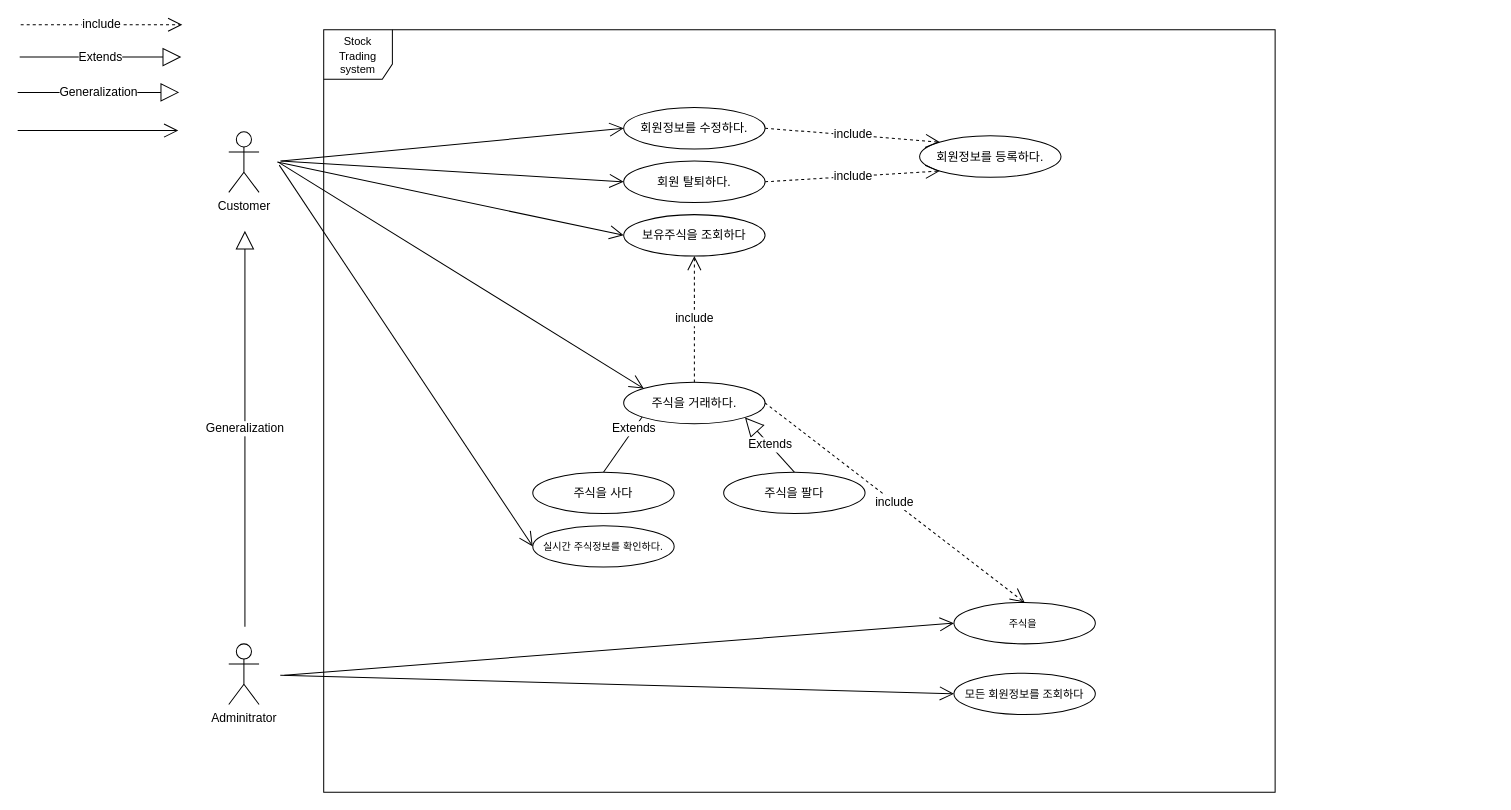
This is work03_JDBC/ABC.drawio from Heeju-Lee/KOSTA, a draw.io file, before an edit. Source tidied: cells renumbered, new cells numbered last; positions are measured from the earlier drawing's top-left corner, leaving out a move shared by most shapes. Both pictures are drawn from the tidied source at 101%, with x=0, y=0 at pixel (17, 24).
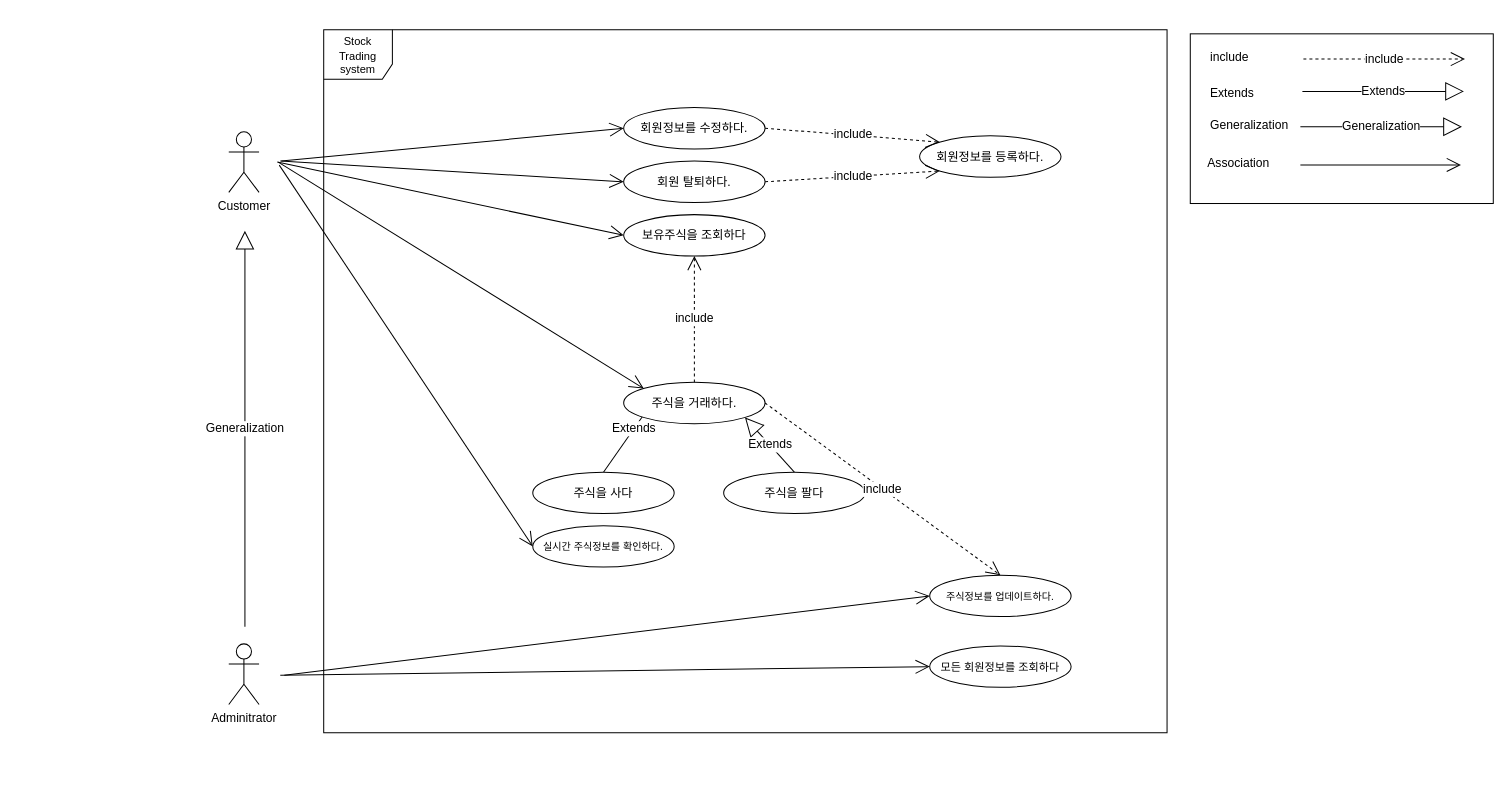
The same diagram, later.

Change to the diagram source:
```diff
@@
-    <mxCell id="2" value="include" style="endArrow=open;endSize=12;dashed=1;html=1;rounded=0;fontSize=12;curved=1;" parent="1" edge="1">
-      <mxGeometry relative="1" as="geometry">
-        <mxPoint x="3" as="sourcePoint" />
-        <mxPoint x="163" as="targetPoint" />
-      </mxGeometry>
-    </mxCell>
@@
-    <mxCell id="4" value="Generalization" style="endArrow=block;endSize=16;endFill=0;html=1;rounded=0;fontSize=12;curved=1;" parent="1" edge="1">
-      <mxGeometry relative="1" as="geometry">
-        <mxPoint y="67" as="sourcePoint" />
-        <mxPoint x="160" y="67" as="targetPoint" />
-      </mxGeometry>
-    </mxCell>
@@
     <mxCell id="6" value="&lt;font style=&quot;font-size: 11px;&quot;&gt;Stock&lt;/font&gt;&lt;div style=&quot;font-size: 11px;&quot;&gt;&lt;font style=&quot;font-size: 11px;&quot;&gt;Trading&lt;/font&gt;&lt;/div&gt;&lt;div style=&quot;font-size: 11px;&quot;&gt;&lt;font style=&quot;font-size: 11px;&quot;&gt;system&lt;/font&gt;&lt;/div&gt;" style="shape=umlFrame;whiteSpace=wrap;html=1;width=68;height=49;" parent="1" vertex="1">
-      <mxGeometry x="303" y="5" width="942" height="755" as="geometry" />
+      <mxGeometry x="303" y="5" width="835" height="696" as="geometry" />
     </mxCell>
@@
     <mxCell id="13" value="&lt;font style=&quot;font-size: 11px;&quot;&gt;모든 회원정보를 조회하다&lt;/font&gt;" style="ellipse;whiteSpace=wrap;html=1;" parent="1" vertex="1">
-      <mxGeometry x="927" y="642" width="140" height="41" as="geometry" />
+      <mxGeometry x="903" y="615" width="140" height="41" as="geometry" />
     </mxCell>
@@
-    <mxCell id="15" value="&lt;span style=&quot;font-size: 10px;&quot;&gt;주식을&amp;nbsp;&lt;/span&gt;" style="ellipse;whiteSpace=wrap;html=1;" parent="1" vertex="1">
-      <mxGeometry x="927" y="572" width="140" height="41" as="geometry" />
+    <mxCell id="15" value="&lt;span style=&quot;font-size: 10px;&quot;&gt;주식정보를 업데이트하다.&lt;/span&gt;" style="ellipse;whiteSpace=wrap;html=1;" parent="1" vertex="1">
+      <mxGeometry x="903" y="545" width="140" height="41" as="geometry" />
     </mxCell>
@@
-    <mxCell id="17" style="endArrow=open;endFill=1;endSize=12;html=1;rounded=0;fontSize=12;curved=1;" parent="1" edge="1">
-      <mxGeometry relative="1" as="geometry">
-        <mxPoint y="104.8" as="sourcePoint" />
-        <mxPoint x="159" y="104.8" as="targetPoint" />
-      </mxGeometry>
-    </mxCell>
@@
-    <mxCell id="20" value="Extends" style="endArrow=block;endSize=16;endFill=0;html=1;rounded=0;fontSize=12;curved=1;" parent="1" edge="1">
-      <mxGeometry relative="1" as="geometry">
-        <mxPoint x="2" y="32" as="sourcePoint" />
-        <mxPoint x="162" y="32" as="targetPoint" />
-      </mxGeometry>
-    </mxCell>
@@
+    <mxCell id="33" style="group;" parent="1" vertex="1">
+      <mxGeometry x="1161" y="9" width="300" height="168" as="geometry" />
+    </mxCell>
+    <mxCell id="2" value="include" style="endArrow=open;endSize=12;dashed=1;html=1;rounded=0;fontSize=12;curved=1;" parent="33" edge="1">
+      <mxGeometry relative="1" as="geometry">
+        <mxPoint x="112" y="25" as="sourcePoint" />
+        <mxPoint x="272" y="25" as="targetPoint" />
+      </mxGeometry>
+    </mxCell>
+    <mxCell id="4" value="Generalization" style="endArrow=block;endSize=16;endFill=0;html=1;rounded=0;fontSize=12;curved=1;" parent="33" edge="1">
+      <mxGeometry relative="1" as="geometry">
+        <mxPoint x="109" y="92" as="sourcePoint" />
+        <mxPoint x="269" y="92" as="targetPoint" />
+      </mxGeometry>
+    </mxCell>
+    <mxCell id="17" style="endArrow=open;endFill=1;endSize=12;html=1;rounded=0;fontSize=12;curved=1;" parent="33" edge="1">
+      <mxGeometry relative="1" as="geometry">
+        <mxPoint x="109" y="129.8" as="sourcePoint" />
+        <mxPoint x="268" y="129.8" as="targetPoint" />
+      </mxGeometry>
+    </mxCell>
+    <mxCell id="20" value="Extends" style="endArrow=block;endSize=16;endFill=0;html=1;rounded=0;fontSize=12;curved=1;" parent="33" edge="1">
+      <mxGeometry relative="1" as="geometry">
+        <mxPoint x="111" y="57" as="sourcePoint" />
+        <mxPoint x="271" y="57" as="targetPoint" />
+      </mxGeometry>
+    </mxCell>
+    <mxCell id="34" value="&lt;font style=&quot;font-size: 12px;&quot;&gt;Association&lt;/font&gt;" style="text;strokeColor=none;fillColor=none;html=1;align=center;verticalAlign=middle;whiteSpace=wrap;rounded=0;fontSize=16;" parent="33" vertex="1">
+      <mxGeometry x="18" y="111" width="60" height="30" as="geometry" />
+    </mxCell>
+    <mxCell id="35" value="&lt;span style=&quot;color: rgb(0, 0, 0); font-family: Helvetica; font-size: 12px; font-style: normal; font-variant-ligatures: normal; font-variant-caps: normal; font-weight: 400; letter-spacing: normal; orphans: 2; text-align: center; text-indent: 0px; text-transform: none; widows: 2; word-spacing: 0px; -webkit-text-stroke-width: 0px; white-space: nowrap; background-color: rgb(255, 255, 255); text-decoration-thickness: initial; text-decoration-style: initial; text-decoration-color: initial; display: inline !important; float: none;&quot;&gt;Generalization&lt;/span&gt;" style="text;whiteSpace=wrap;html=1;" parent="33" vertex="1">
+      <mxGeometry x="18" y="76.5" width="105" height="36" as="geometry" />
+    </mxCell>
+    <mxCell id="36" value="&lt;span style=&quot;color: rgb(0, 0, 0); font-family: Helvetica; font-size: 12px; font-style: normal; font-variant-ligatures: normal; font-variant-caps: normal; font-weight: 400; letter-spacing: normal; orphans: 2; text-align: center; text-indent: 0px; text-transform: none; widows: 2; word-spacing: 0px; -webkit-text-stroke-width: 0px; white-space: nowrap; background-color: rgb(255, 255, 255); text-decoration-thickness: initial; text-decoration-style: initial; text-decoration-color: initial; display: inline !important; float: none;&quot;&gt;Extends&lt;/span&gt;" style="text;whiteSpace=wrap;html=1;" parent="33" vertex="1">
+      <mxGeometry x="18" y="45" width="71" height="36" as="geometry" />
+    </mxCell>
+    <mxCell id="37" value="&lt;span style=&quot;color: rgb(0, 0, 0); font-family: Helvetica; font-size: 12px; font-style: normal; font-variant-ligatures: normal; font-variant-caps: normal; font-weight: 400; letter-spacing: normal; orphans: 2; text-align: center; text-indent: 0px; text-transform: none; widows: 2; word-spacing: 0px; -webkit-text-stroke-width: 0px; white-space: nowrap; background-color: rgb(255, 255, 255); text-decoration-thickness: initial; text-decoration-style: initial; text-decoration-color: initial; display: inline !important; float: none;&quot;&gt;include&lt;/span&gt;" style="text;whiteSpace=wrap;html=1;" parent="33" vertex="1">
+      <mxGeometry x="18" y="9" width="66" height="36" as="geometry" />
+    </mxCell>
+    <mxCell id="38" style="edgeStyle=none;curved=1;rounded=0;orthogonalLoop=1;jettySize=auto;html=1;exitX=0.5;exitY=1;exitDx=0;exitDy=0;fontSize=12;startSize=8;endSize=8;" parent="33" edge="1" source="34" target="34">
+      <mxGeometry relative="1" as="geometry" />
+    </mxCell>
+    <mxCell id="39" style="whiteSpace=wrap;html=1;fillColor=none;" parent="33" vertex="1">
+      <mxGeometry width="300" height="168" as="geometry" />
+    </mxCell>
```
